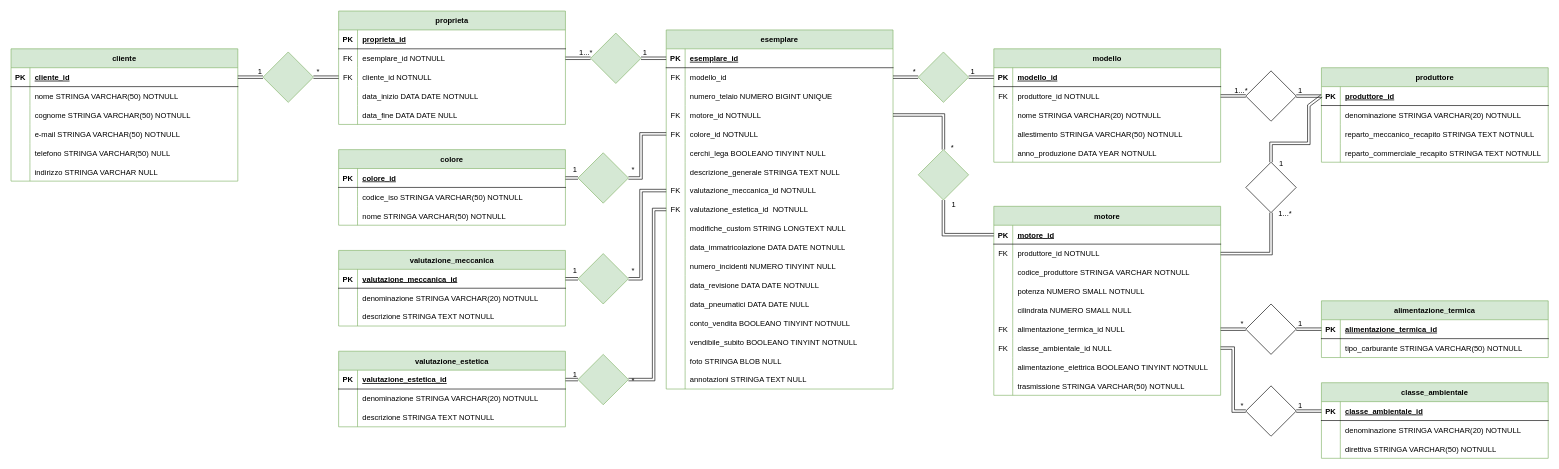
path72/db-first keeps this draw.io diagram as db_concessionaria_auto_usate.drawio. Above is the earlier version. Source tidied: cells renumbered, new cells numbered last; positions are measured from the earlier drawing's top-left corner, leaving out a move shared by most shapes. Both pictures are drawn from the tidied source at 63%, with x=0, y=0 at pixel (11, 11).
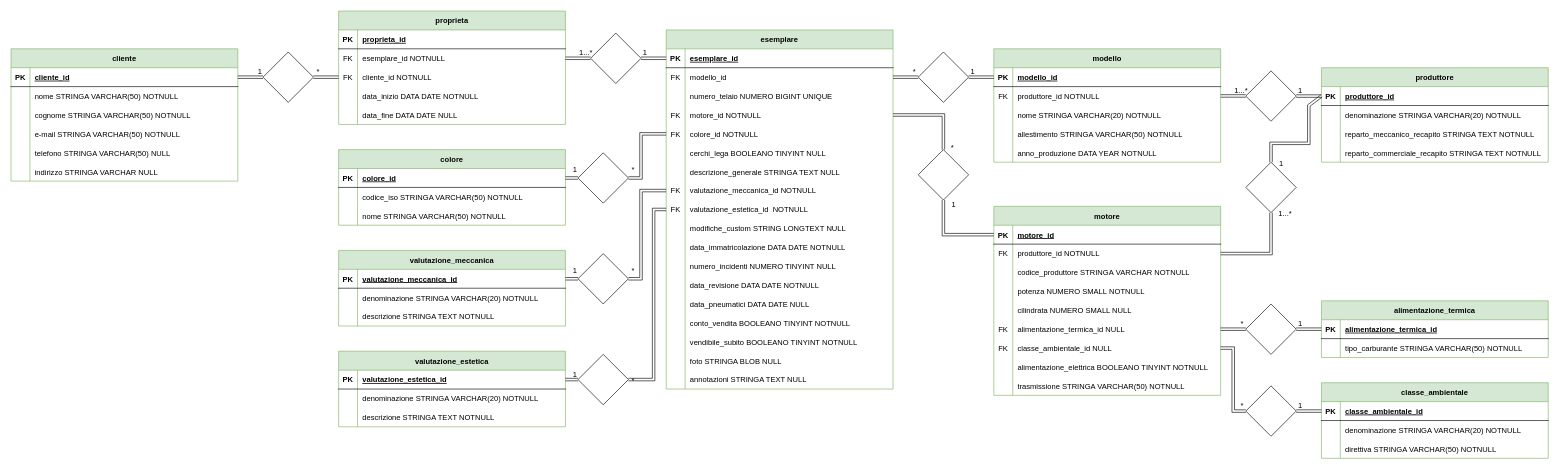
The same diagram, later.

Change to the diagram source:
```diff
@@
-    <mxCell id="206" style="rhombus;whiteSpace=wrap;html=1;fillColor=#d5e8d4;strokeColor=#82b366;" parent="1" vertex="1">
+    <mxCell id="206" style="rhombus;whiteSpace=wrap;html=1;fillColor=none;" parent="1" vertex="1">
       <mxGeometry x="400" y="65" width="80" height="80" as="geometry" />
     </mxCell>
@@
-    <mxCell id="209" style="rhombus;whiteSpace=wrap;html=1;fillColor=#d5e8d4;strokeColor=#82b366;" parent="1" vertex="1">
+    <mxCell id="209" style="rhombus;whiteSpace=wrap;html=1;fillColor=none;" parent="1" vertex="1">
       <mxGeometry x="920" y="35" width="80" height="80" as="geometry" />
     </mxCell>
@@
-    <mxCell id="214" style="rhombus;whiteSpace=wrap;html=1;fillColor=#d5e8d4;rotation=90;strokeColor=#82b366;" parent="1" vertex="1">
+    <mxCell id="214" style="rhombus;whiteSpace=wrap;html=1;rotation=90;fillColor=none;" parent="1" vertex="1">
       <mxGeometry x="1440" y="220" width="80" height="80" as="geometry" />
     </mxCell>
@@
-    <mxCell id="222" style="rhombus;whiteSpace=wrap;html=1;fillColor=#d5e8d4;strokeColor=#82b366;" parent="1" vertex="1">
+    <mxCell id="222" style="rhombus;whiteSpace=wrap;html=1;fillColor=none;" parent="1" vertex="1">
       <mxGeometry x="900" y="545" width="80" height="80" as="geometry" />
     </mxCell>
@@
-    <mxCell id="237" style="rhombus;whiteSpace=wrap;html=1;fillColor=#d5e8d4;rotation=-90;strokeColor=#82b366;" parent="1" vertex="1">
+    <mxCell id="237" style="rhombus;whiteSpace=wrap;html=1;rotation=-90;fillColor=none;" parent="1" vertex="1">
       <mxGeometry x="900" y="225" width="80" height="80" as="geometry" />
     </mxCell>
@@
-    <mxCell id="242" style="rhombus;whiteSpace=wrap;html=1;fillColor=#d5e8d4;rotation=-90;strokeColor=#82b366;" parent="1" vertex="1">
+    <mxCell id="242" style="rhombus;whiteSpace=wrap;html=1;rotation=-90;fillColor=none;" parent="1" vertex="1">
       <mxGeometry x="900" y="385" width="80" height="80" as="geometry" />
     </mxCell>
@@
-    <mxCell id="245" style="rhombus;whiteSpace=wrap;html=1;fillColor=#d5e8d4;strokeColor=#82b366;" parent="1" vertex="1">
+    <mxCell id="245" style="rhombus;whiteSpace=wrap;html=1;fillColor=none;" parent="1" vertex="1">
       <mxGeometry x="1440" y="65" width="80" height="80" as="geometry" />
     </mxCell>
```
